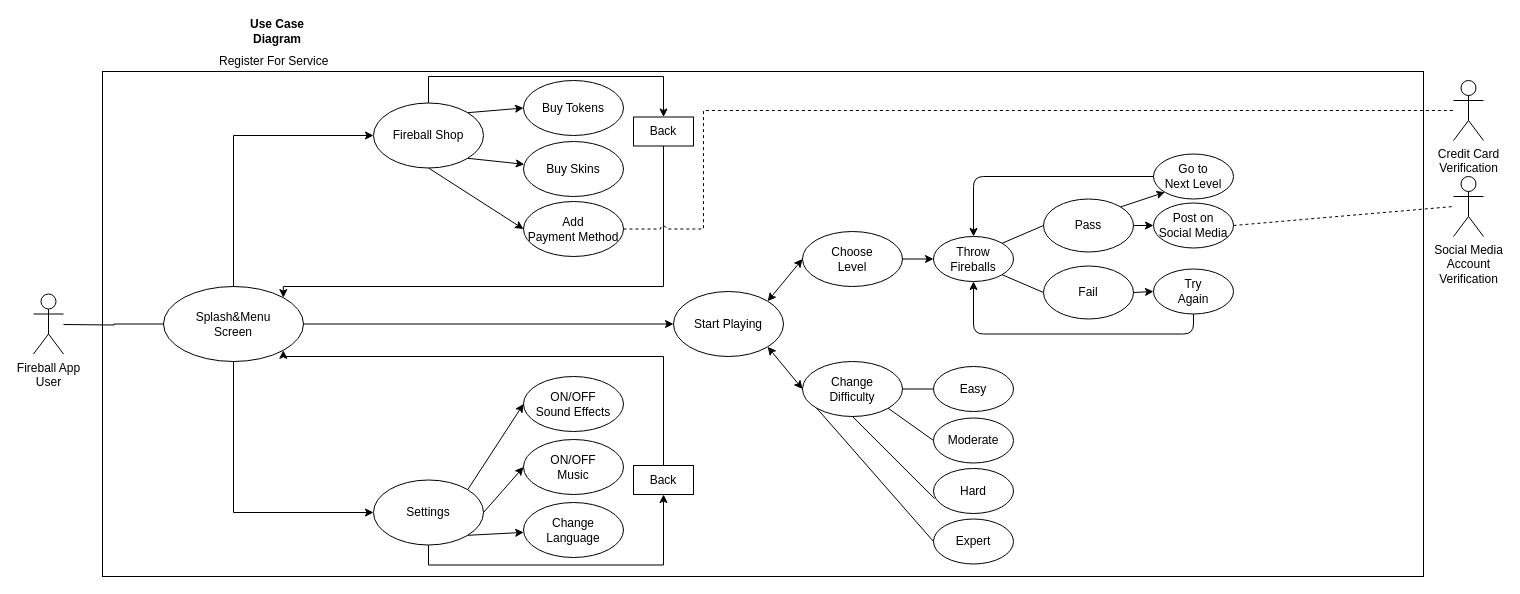
jmcjordi811/CISC210Draw keeps this draw.io diagram as page "Use Case Diagram" (1 of 3) of Fireball App.drawio. Above is the earlier version. Source tidied: cells renumbered, new cells numbered last; positions are measured from the earlier drawing's top-left corner, leaving out a move shared by most shapes. Both pictures are drawn from the tidied source at 100%, with x=0, y=0 at pixel (33, 21).
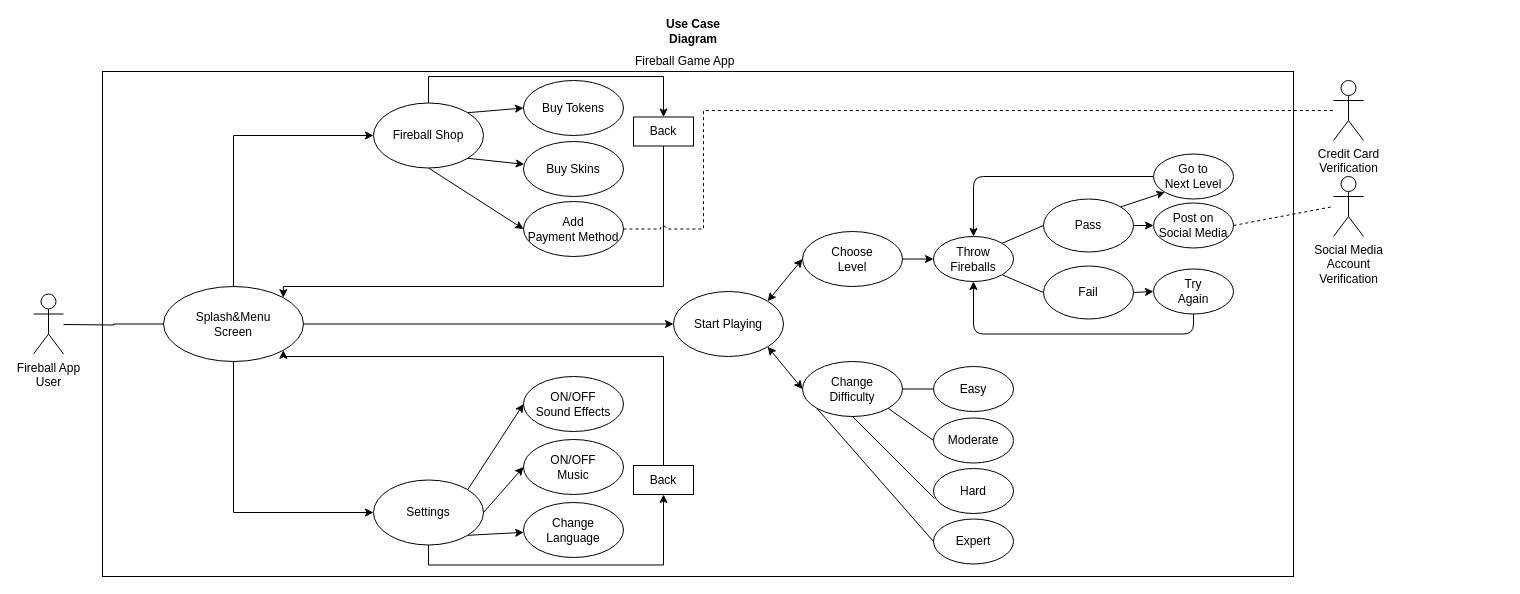
The same page after the edit.

The change refers to these unchanged cells:
```xml
<mxCell id="59" value="Post on&lt;br&gt;Social Media" style="ellipse;whiteSpace=wrap;html=1;fillColor=none;" parent="1" vertex="1">
  <mxGeometry x="1120" y="181.5" width="80" height="45" as="geometry" />
</mxCell>
```

Diff of the diagram source:
```diff
@@
     <mxCell id="3" style="rounded=0;whiteSpace=wrap;html=1;fillColor=none;" parent="1" vertex="1">
-      <mxGeometry x="69" y="50" width="1321" height="505" as="geometry" />
+      <mxGeometry x="69" y="50" width="1191" height="505" as="geometry" />
     </mxCell>
@@
-    <mxCell id="9" value="Register For Service" style="text;html=1;align=left;verticalAlign=top;spacingTop=-4;" parent="1" vertex="1">
-      <mxGeometry x="183.5" y="30" width="120" height="20" as="geometry" />
+    <mxCell id="9" value="Fireball Game App" style="text;html=1;align=left;verticalAlign=top;spacingTop=-4;" parent="1" vertex="1">
+      <mxGeometry x="600" y="30" width="110" height="20" as="geometry" />
     </mxCell>
     <mxCell id="10" value="Credit Card&lt;br&gt;Verification" style="shape=umlActor;verticalLabelPosition=bottom;labelBackgroundColor=#ffffff;verticalAlign=top;html=1;outlineConnect=0;fillColor=none;" parent="1" vertex="1">
-      <mxGeometry x="1420" y="59" width="30" height="60" as="geometry" />
+      <mxGeometry x="1300" y="59" width="30" height="60" as="geometry" />
     </mxCell>
     <mxCell id="11" value="Use Case Diagram" style="text;html=1;strokeColor=none;fillColor=none;align=center;verticalAlign=middle;whiteSpace=wrap;rounded=0;fontStyle=1;" parent="1" vertex="1">
-      <mxGeometry x="198.5" width="90" height="20" as="geometry" />
+      <mxGeometry x="615" width="90" height="20" as="geometry" />
     </mxCell>
@@
     <mxCell id="55" value="Social Media&lt;br&gt;Account &lt;br&gt;Verification" style="shape=umlActor;verticalLabelPosition=bottom;labelBackgroundColor=#ffffff;verticalAlign=top;html=1;fillColor=none;" parent="1" vertex="1">
-      <mxGeometry x="1420" y="155" width="30" height="60" as="geometry" />
+      <mxGeometry x="1300" y="155" width="30" height="60" as="geometry" />
     </mxCell>
@@
     <mxCell id="58" style="rounded=1;jumpStyle=none;jettySize=auto;html=1;exitX=1;exitY=0.5;exitDx=0;exitDy=0;endArrow=none;endFill=0;strokeColor=#000000;dashed=1;" parent="1" edge="1" source="59">
       <mxGeometry relative="1" as="geometry">
-        <mxPoint x="1420" y="185" as="targetPoint" />
+        <mxPoint x="1300" y="185" as="targetPoint" />
       </mxGeometry>
     </mxCell>
```
